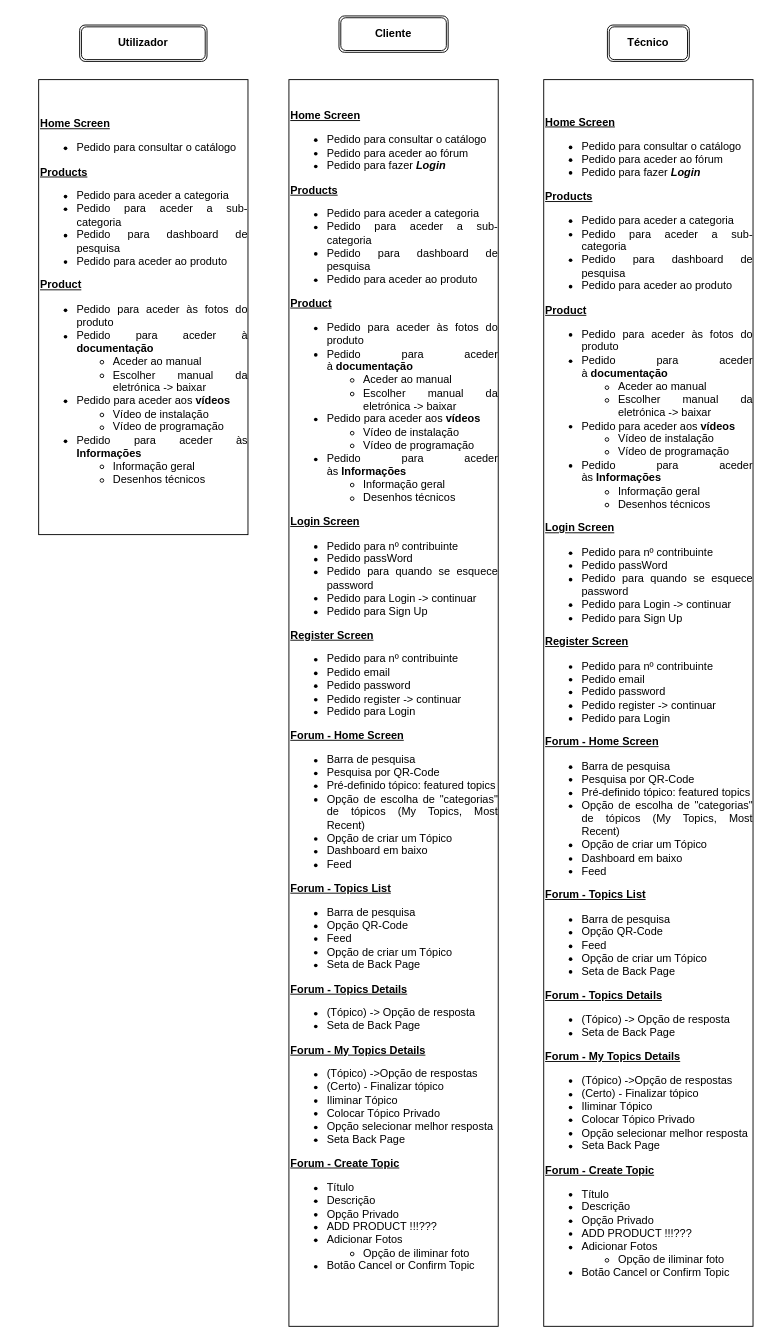
Above: diagrams/Arquitetura de componentes.drawio in Install-Go/install_and_go (draw.io), before the change. Source tidied: cells renumbered, new cells numbered last; positions are measured from the earlier drawing's top-left corner, leaving out a move shared by most shapes. Both pictures are drawn from the tidied source at 91%, with x=0, y=0 at pixel (38, 15).
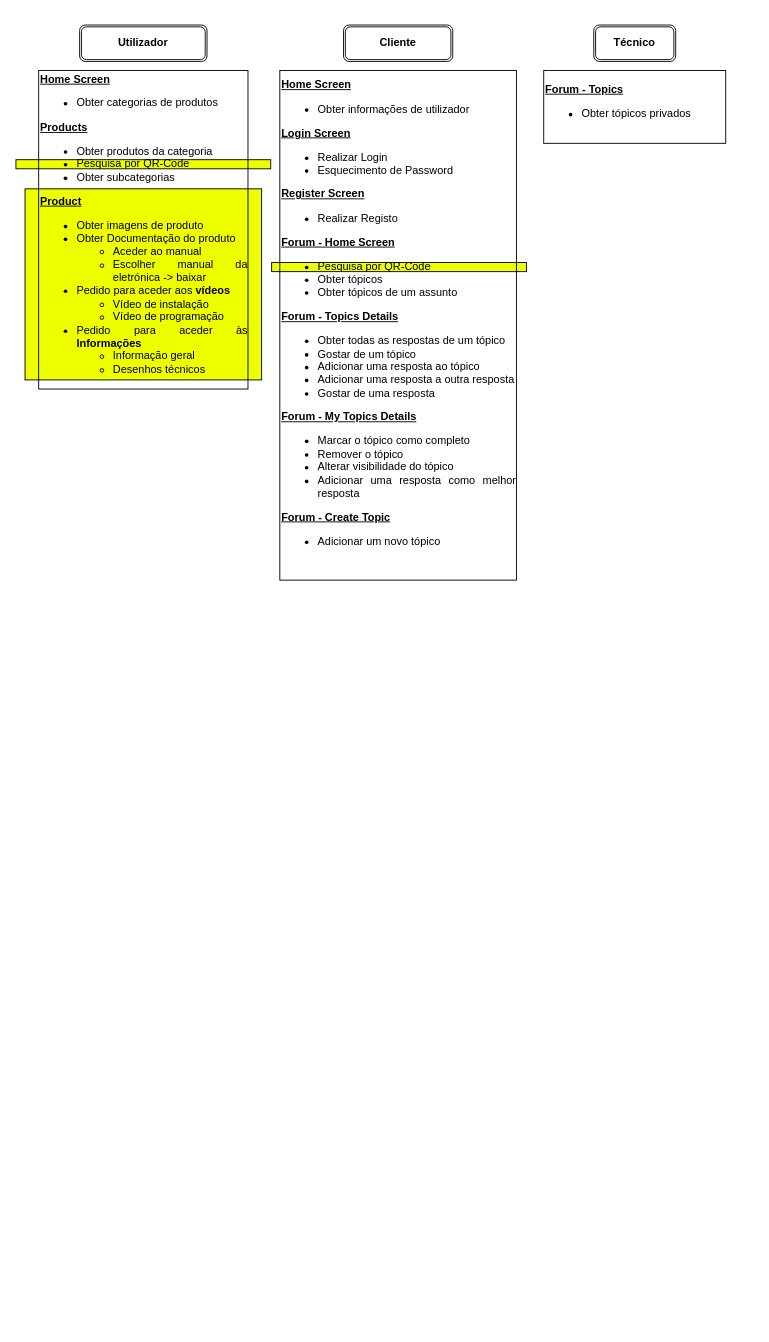
After the change.

What changed in the source:
```diff
@@
 <mxGraphModel>
   <root>
     <mxCell id="0" />
     <mxCell id="1" parent="0" />
+    <mxCell id="8" style="rounded=0;whiteSpace=wrap;html=1;fillColor=#eeff00;" parent="1" vertex="1">
+      <mxGeometry x="-25" y="158" width="280" height="10" as="geometry" />
+    </mxCell>
+    <mxCell id="9" style="rounded=0;whiteSpace=wrap;html=1;fillColor=#eeff00;" parent="1" vertex="1">
+      <mxGeometry x="256" y="271" width="280" height="10" as="geometry" />
+    </mxCell>
+    <mxCell id="10" style="rounded=0;whiteSpace=wrap;html=1;fillColor=#eeff00;" parent="1" vertex="1">
+      <mxGeometry x="-15" y="190" width="260" height="210" as="geometry" />
+    </mxCell>
     <mxCell id="2" value="&lt;b&gt;Utilizador&lt;/b&gt;" style="shape=ext;double=1;rounded=1;whiteSpace=wrap;html=1;" parent="1" vertex="1">
       <mxGeometry x="45" y="10" width="140" height="40" as="geometry" />
     </mxCell>
     <mxCell id="3" value="&lt;b&gt;Cliente&lt;/b&gt;" style="shape=ext;double=1;rounded=1;whiteSpace=wrap;html=1;" parent="1" vertex="1">
-      <mxGeometry x="330" width="120" height="40" as="geometry" />
+      <mxGeometry x="335" y="10" width="120" height="40" as="geometry" />
     </mxCell>
     <mxCell id="4" value="&lt;b&gt;Técnico&lt;/b&gt;" style="shape=ext;double=1;rounded=1;whiteSpace=wrap;html=1;" parent="1" vertex="1">
-      <mxGeometry x="625" y="10" width="90" height="40" as="geometry" />
+      <mxGeometry x="610" y="10" width="90" height="40" as="geometry" />
     </mxCell>
-    <mxCell id="5" value="&lt;div style=&quot;text-align: justify;&quot;&gt;&lt;div&gt;&lt;b&gt;&lt;u&gt;Home Screen&lt;/u&gt;&lt;/b&gt;&lt;/div&gt;&lt;ul&gt;&lt;li&gt;Pedido para consultar o catálogo&lt;/li&gt;&lt;/ul&gt;&lt;b&gt;&lt;u&gt;Products&lt;/u&gt;&lt;/b&gt;&lt;br&gt;&lt;ul&gt;&lt;li&gt;Pedido para aceder a categoria&lt;/li&gt;&lt;li&gt;Pedido para aceder a sub-categoria&lt;/li&gt;&lt;li&gt;Pedido para dashboard de pesquisa&lt;/li&gt;&lt;li&gt;Pedido para aceder ao produto&lt;/li&gt;&lt;/ul&gt;&lt;b&gt;&lt;u&gt;Product&lt;/u&gt;&lt;/b&gt;&lt;br&gt;&lt;ul&gt;&lt;li&gt;Pedido para aceder às fotos do produto&lt;/li&gt;&lt;li&gt;Pedido para aceder à &lt;b&gt;documentação&lt;/b&gt;&lt;/li&gt;&lt;ul&gt;&lt;li&gt;Aceder ao manual&lt;/li&gt;&lt;li&gt;Escolher manual da eletrónica -&amp;gt; baixar&lt;/li&gt;&lt;/ul&gt;&lt;li&gt;Pedido para aceder aos &lt;b&gt;vídeos&lt;/b&gt;&lt;/li&gt;&lt;ul&gt;&lt;li&gt;Vídeo de instalação&lt;/li&gt;&lt;li&gt;Vídeo de programação&lt;/li&gt;&lt;/ul&gt;&lt;li&gt;Pedido para aceder às &lt;b&gt;Informações&lt;/b&gt;&lt;/li&gt;&lt;ul&gt;&lt;li&gt;Informação geral&lt;/li&gt;&lt;li&gt;Desenhos técnicos&lt;/li&gt;&lt;/ul&gt;&lt;/ul&gt;&lt;/div&gt;" style="text;html=1;strokeColor=default;fillColor=none;align=left;verticalAlign=middle;whiteSpace=wrap;rounded=0;" parent="1" vertex="1">
-      <mxGeometry y="70" width="230" height="500" as="geometry" />
+    <mxCell id="5" value="&lt;div style=&quot;text-align: justify;&quot;&gt;&lt;div&gt;&lt;b&gt;&lt;u&gt;Home Screen&lt;/u&gt;&lt;/b&gt;&lt;/div&gt;&lt;ul&gt;&lt;li&gt;Obter categorias de produtos&lt;/li&gt;&lt;/ul&gt;&lt;b&gt;&lt;u&gt;Products&lt;/u&gt;&lt;/b&gt;&lt;br&gt;&lt;ul&gt;&lt;li&gt;Obter produtos da categoria&lt;/li&gt;&lt;li style=&quot;border-color: var(--border-color);&quot;&gt;Pesquisa por QR-Code&lt;/li&gt;&lt;li&gt;Obter subcategorias&lt;/li&gt;&lt;/ul&gt;&lt;b&gt;&lt;u&gt;Product&lt;/u&gt;&lt;/b&gt;&lt;br&gt;&lt;ul&gt;&lt;li&gt;Obter imagens de produto&lt;/li&gt;&lt;li&gt;Obter Documentação do produto&lt;/li&gt;&lt;ul&gt;&lt;li&gt;Aceder ao manual&lt;/li&gt;&lt;li&gt;Escolher manual da eletrónica -&amp;gt; baixar&lt;/li&gt;&lt;/ul&gt;&lt;li&gt;Pedido para aceder aos &lt;b&gt;vídeos&lt;/b&gt;&lt;/li&gt;&lt;ul&gt;&lt;li&gt;Vídeo de instalação&lt;/li&gt;&lt;li&gt;Vídeo de programação&lt;/li&gt;&lt;/ul&gt;&lt;li&gt;Pedido para aceder às &lt;b&gt;Informações&lt;/b&gt;&lt;/li&gt;&lt;ul&gt;&lt;li&gt;Informação geral&lt;/li&gt;&lt;li&gt;Desenhos técnicos&lt;/li&gt;&lt;/ul&gt;&lt;/ul&gt;&lt;/div&gt;" style="text;html=1;strokeColor=default;fillColor=none;align=left;verticalAlign=middle;whiteSpace=wrap;rounded=0;" parent="1" vertex="1">
+      <mxGeometry y="60" width="230" height="350" as="geometry" />
     </mxCell>
-    <mxCell id="6" value="&lt;div style=&quot;text-align: justify;&quot;&gt;&lt;div&gt;&lt;b style=&quot;border-color: var(--border-color);&quot;&gt;&lt;u style=&quot;border-color: var(--border-color);&quot;&gt;Home Screen&lt;/u&gt;&lt;/b&gt;&lt;br&gt;&lt;/div&gt;&lt;ul&gt;&lt;li&gt;&lt;span style=&quot;background-color: initial;&quot;&gt;Pedido para consultar o catálogo&lt;/span&gt;&lt;/li&gt;&lt;li&gt;&lt;span style=&quot;background-color: initial;&quot;&gt;Pedido para aceder ao fórum&lt;/span&gt;&lt;/li&gt;&lt;li&gt;Pedido para fazer &lt;i&gt;&lt;b&gt;Login&lt;/b&gt;&lt;/i&gt;&lt;/li&gt;&lt;/ul&gt;&lt;b&gt;&lt;u&gt;Products&lt;/u&gt;&lt;/b&gt;&lt;br&gt;&lt;ul&gt;&lt;li style=&quot;border-color: var(--border-color);&quot;&gt;Pedido para aceder a categoria&lt;/li&gt;&lt;li style=&quot;border-color: var(--border-color);&quot;&gt;Pedido para aceder a sub-categoria&lt;/li&gt;&lt;li style=&quot;border-color: var(--border-color);&quot;&gt;Pedido para dashboard de pesquisa&lt;/li&gt;&lt;li style=&quot;border-color: var(--border-color);&quot;&gt;Pedido para aceder ao produto&lt;/li&gt;&lt;/ul&gt;&lt;b&gt;&lt;u&gt;Product&lt;/u&gt;&lt;/b&gt;&lt;br&gt;&lt;ul&gt;&lt;li style=&quot;border-color: var(--border-color);&quot;&gt;Pedido para aceder às fotos do produto&lt;/li&gt;&lt;li style=&quot;border-color: var(--border-color);&quot;&gt;Pedido para aceder à&amp;nbsp;&lt;b style=&quot;border-color: var(--border-color);&quot;&gt;documentação&lt;/b&gt;&lt;/li&gt;&lt;ul style=&quot;border-color: var(--border-color);&quot;&gt;&lt;li style=&quot;border-color: var(--border-color);&quot;&gt;Aceder ao manual&lt;/li&gt;&lt;li style=&quot;border-color: var(--border-color);&quot;&gt;Escolher manual da eletrónica -&amp;gt; baixar&lt;/li&gt;&lt;/ul&gt;&lt;li style=&quot;border-color: var(--border-color);&quot;&gt;Pedido para aceder aos&amp;nbsp;&lt;b style=&quot;border-color: var(--border-color);&quot;&gt;vídeos&lt;/b&gt;&lt;/li&gt;&lt;ul style=&quot;border-color: var(--border-color);&quot;&gt;&lt;li style=&quot;border-color: var(--border-color);&quot;&gt;Vídeo de instalação&lt;/li&gt;&lt;li style=&quot;border-color: var(--border-color);&quot;&gt;Vídeo de programação&lt;/li&gt;&lt;/ul&gt;&lt;li style=&quot;border-color: var(--border-color);&quot;&gt;Pedido para aceder às&amp;nbsp;&lt;b style=&quot;border-color: var(--border-color);&quot;&gt;Informações&lt;/b&gt;&lt;/li&gt;&lt;ul style=&quot;border-color: var(--border-color);&quot;&gt;&lt;li style=&quot;border-color: var(--border-color);&quot;&gt;Informação geral&lt;/li&gt;&lt;li style=&quot;border-color: var(--border-color);&quot;&gt;Desenhos técnicos&lt;/li&gt;&lt;/ul&gt;&lt;/ul&gt;&lt;b&gt;&lt;u&gt;Login Screen&lt;/u&gt;&lt;/b&gt;&lt;/div&gt;&lt;div style=&quot;text-align: justify;&quot;&gt;&lt;ul&gt;&lt;li&gt;Pedido para nº contribuinte&lt;/li&gt;&lt;li&gt;Pedido passWord&lt;/li&gt;&lt;li&gt;Pedido para quando se esquece password&lt;/li&gt;&lt;li&gt;Pedido para Login -&amp;gt; continuar&lt;/li&gt;&lt;li&gt;Pedido para Sign Up&lt;/li&gt;&lt;/ul&gt;&lt;b&gt;&lt;u&gt;Register Screen&lt;/u&gt;&lt;/b&gt;&lt;/div&gt;&lt;div style=&quot;text-align: justify;&quot;&gt;&lt;ul&gt;&lt;li&gt;Pedido para nº contribuinte&lt;/li&gt;&lt;li&gt;Pedido email&lt;/li&gt;&lt;li&gt;Pedido password&lt;/li&gt;&lt;li&gt;Pedido register -&amp;gt; continuar&lt;/li&gt;&lt;li&gt;Pedido para Login&lt;/li&gt;&lt;/ul&gt;&lt;div&gt;&lt;u&gt;&lt;b&gt;Forum - Home Screen&lt;/b&gt;&lt;/u&gt;&lt;/div&gt;&lt;div&gt;&lt;ul&gt;&lt;li&gt;Barra de pesquisa&lt;/li&gt;&lt;li&gt;Pesquisa por QR-Code&lt;/li&gt;&lt;li&gt;Pré-definido tópico: featured topics&lt;/li&gt;&lt;li&gt;Opção de escolha de &quot;categorias&quot; de tópicos (My Topics, Most Recent)&lt;/li&gt;&lt;li&gt;Opção de criar um Tópico&lt;/li&gt;&lt;li&gt;Dashboard em baixo&lt;/li&gt;&lt;li&gt;Feed&lt;/li&gt;&lt;/ul&gt;&lt;div&gt;&lt;b&gt;&lt;u&gt;Forum - Topics List&lt;/u&gt;&lt;/b&gt;&lt;/div&gt;&lt;/div&gt;&lt;div&gt;&lt;ul&gt;&lt;li&gt;Barra de pesquisa&lt;/li&gt;&lt;li&gt;Opção QR-Code&lt;/li&gt;&lt;li&gt;Feed&lt;/li&gt;&lt;li&gt;Opção de criar um Tópico&lt;/li&gt;&lt;li&gt;Seta de Back Page&lt;/li&gt;&lt;/ul&gt;&lt;div&gt;&lt;u&gt;&lt;b&gt;Forum - Topics Details&lt;/b&gt;&lt;/u&gt;&lt;/div&gt;&lt;/div&gt;&lt;div&gt;&lt;ul&gt;&lt;li&gt;(Tópico) -&amp;gt; Opção de resposta&lt;/li&gt;&lt;li&gt;Seta de Back Page&lt;/li&gt;&lt;/ul&gt;&lt;div&gt;&lt;u&gt;&lt;b&gt;Forum - My Topics Details&lt;/b&gt;&lt;/u&gt;&lt;/div&gt;&lt;/div&gt;&lt;div&gt;&lt;ul&gt;&lt;li&gt;(Tópico) -&amp;gt;Opção de respostas&lt;/li&gt;&lt;li&gt;(Certo) - Finalizar tópico&lt;/li&gt;&lt;li&gt;Iliminar Tópico&lt;/li&gt;&lt;li&gt;Colocar Tópico Privado&lt;/li&gt;&lt;li&gt;Opção selecionar melhor resposta&lt;/li&gt;&lt;li&gt;Seta Back Page&lt;/li&gt;&lt;/ul&gt;&lt;div&gt;&lt;b&gt;&lt;u&gt;Forum - Create Topic&lt;/u&gt;&lt;/b&gt;&lt;/div&gt;&lt;div&gt;&lt;ul&gt;&lt;li&gt;Título&lt;/li&gt;&lt;li&gt;Descrição&lt;/li&gt;&lt;li&gt;Opção Privado&lt;/li&gt;&lt;li&gt;ADD PRODUCT !!!???&lt;/li&gt;&lt;li&gt;Adicionar Fotos&lt;/li&gt;&lt;ul&gt;&lt;li&gt;Opção de iliminar foto&lt;/li&gt;&lt;/ul&gt;&lt;li&gt;Botão Cancel or Confirm Topic&lt;/li&gt;&lt;/ul&gt;&lt;/div&gt;&lt;div&gt;&lt;br&gt;&lt;/div&gt;&lt;/div&gt;&lt;/div&gt;" style="text;html=1;strokeColor=default;fillColor=none;align=left;verticalAlign=middle;whiteSpace=wrap;rounded=0;" parent="1" vertex="1">
-      <mxGeometry x="275" y="70" width="230" height="1370" as="geometry" />
+    <mxCell id="6" value="&lt;div style=&quot;text-align: justify;&quot;&gt;&lt;div&gt;&lt;b style=&quot;border-color: var(--border-color);&quot;&gt;&lt;u style=&quot;border-color: var(--border-color);&quot;&gt;Home Screen&lt;/u&gt;&lt;/b&gt;&lt;br&gt;&lt;/div&gt;&lt;ul&gt;&lt;li style=&quot;border-color: var(--border-color);&quot;&gt;Obter informações de utilizador&lt;/li&gt;&lt;/ul&gt;&lt;b&gt;&lt;u&gt;Login Screen&lt;/u&gt;&lt;/b&gt;&lt;/div&gt;&lt;div style=&quot;text-align: justify;&quot;&gt;&lt;ul&gt;&lt;li&gt;Realizar Login&lt;/li&gt;&lt;li&gt;Esquecimento de Password&lt;/li&gt;&lt;/ul&gt;&lt;b&gt;&lt;u&gt;Register Screen&lt;/u&gt;&lt;/b&gt;&lt;/div&gt;&lt;div style=&quot;text-align: justify;&quot;&gt;&lt;ul&gt;&lt;li&gt;Realizar Registo&lt;/li&gt;&lt;/ul&gt;&lt;div&gt;&lt;u&gt;&lt;b&gt;Forum - Home Screen&lt;/b&gt;&lt;/u&gt;&lt;/div&gt;&lt;div&gt;&lt;ul&gt;&lt;li&gt;Pesquisa por QR-Code&lt;/li&gt;&lt;li&gt;Obter tópicos&lt;/li&gt;&lt;li&gt;Obter tópicos de um assunto&lt;/li&gt;&lt;/ul&gt;&lt;/div&gt;&lt;div&gt;&lt;div&gt;&lt;u&gt;&lt;b&gt;Forum - Topics Details&lt;/b&gt;&lt;/u&gt;&lt;/div&gt;&lt;/div&gt;&lt;div&gt;&lt;ul&gt;&lt;li&gt;Obter todas as respostas de um tópico&lt;/li&gt;&lt;li&gt;Gostar de um tópico&lt;/li&gt;&lt;li&gt;Adicionar uma resposta ao tópico&lt;/li&gt;&lt;li&gt;Adicionar uma resposta a outra resposta&lt;/li&gt;&lt;li&gt;Gostar de uma resposta&lt;/li&gt;&lt;/ul&gt;&lt;div&gt;&lt;u&gt;&lt;b&gt;Forum - My Topics Details&lt;/b&gt;&lt;/u&gt;&lt;/div&gt;&lt;/div&gt;&lt;div&gt;&lt;ul&gt;&lt;li style=&quot;border-color: var(--border-color);&quot;&gt;Marcar o tópico como completo&lt;/li&gt;&lt;li style=&quot;border-color: var(--border-color);&quot;&gt;Remover o tópico&lt;/li&gt;&lt;li style=&quot;border-color: var(--border-color);&quot;&gt;Alterar visibilidade do tópico&lt;/li&gt;&lt;li style=&quot;border-color: var(--border-color);&quot;&gt;Adicionar uma resposta como melhor resposta&lt;/li&gt;&lt;/ul&gt;&lt;div&gt;&lt;b&gt;&lt;u&gt;Forum - Create Topic&lt;/u&gt;&lt;/b&gt;&lt;/div&gt;&lt;div&gt;&lt;ul&gt;&lt;li&gt;Adicionar um novo tópico&lt;/li&gt;&lt;/ul&gt;&lt;/div&gt;&lt;div&gt;&lt;br&gt;&lt;/div&gt;&lt;/div&gt;&lt;/div&gt;" style="text;html=1;strokeColor=default;fillColor=none;align=left;verticalAlign=middle;whiteSpace=wrap;rounded=0;" parent="1" vertex="1">
+      <mxGeometry x="265" y="60" width="260" height="560" as="geometry" />
     </mxCell>
-    <mxCell id="7" value="&lt;div style=&quot;text-align: justify;&quot;&gt;&lt;div&gt;&lt;b style=&quot;border-color: var(--border-color);&quot;&gt;&lt;u style=&quot;border-color: var(--border-color);&quot;&gt;Home Screen&lt;/u&gt;&lt;/b&gt;&lt;br&gt;&lt;/div&gt;&lt;ul&gt;&lt;li&gt;Pedido para consultar o catálogo&lt;/li&gt;&lt;li&gt;Pedido para aceder ao fórum&lt;/li&gt;&lt;li&gt;Pedido para fazer &lt;i&gt;&lt;b&gt;Login&lt;/b&gt;&lt;/i&gt;&lt;/li&gt;&lt;/ul&gt;&lt;b&gt;&lt;u&gt;Products&lt;/u&gt;&lt;br&gt;&lt;/b&gt;&lt;ul&gt;&lt;li style=&quot;border-color: var(--border-color);&quot;&gt;Pedido para aceder a categoria&lt;/li&gt;&lt;li style=&quot;border-color: var(--border-color);&quot;&gt;Pedido para aceder a sub-categoria&lt;/li&gt;&lt;li style=&quot;border-color: var(--border-color);&quot;&gt;Pedido para dashboard de pesquisa&lt;/li&gt;&lt;li style=&quot;border-color: var(--border-color);&quot;&gt;Pedido para aceder ao produto&lt;/li&gt;&lt;/ul&gt;&lt;b&gt;&lt;u&gt;Product&lt;/u&gt;&lt;/b&gt;&lt;br&gt;&lt;ul&gt;&lt;li style=&quot;border-color: var(--border-color);&quot;&gt;Pedido para aceder às fotos do produto&lt;/li&gt;&lt;li style=&quot;border-color: var(--border-color);&quot;&gt;Pedido para aceder à&amp;nbsp;&lt;b style=&quot;border-color: var(--border-color);&quot;&gt;documentação&lt;/b&gt;&lt;/li&gt;&lt;ul style=&quot;border-color: var(--border-color);&quot;&gt;&lt;li style=&quot;border-color: var(--border-color);&quot;&gt;Aceder ao manual&lt;/li&gt;&lt;li style=&quot;border-color: var(--border-color);&quot;&gt;Escolher manual da eletrónica -&amp;gt; baixar&lt;/li&gt;&lt;/ul&gt;&lt;li style=&quot;border-color: var(--border-color);&quot;&gt;Pedido para aceder aos&amp;nbsp;&lt;b style=&quot;border-color: var(--border-color);&quot;&gt;vídeos&lt;/b&gt;&lt;/li&gt;&lt;ul style=&quot;border-color: var(--border-color);&quot;&gt;&lt;li style=&quot;border-color: var(--border-color);&quot;&gt;Vídeo de instalação&lt;/li&gt;&lt;li style=&quot;border-color: var(--border-color);&quot;&gt;Vídeo de programação&lt;/li&gt;&lt;/ul&gt;&lt;li style=&quot;border-color: var(--border-color);&quot;&gt;Pedido para aceder às&amp;nbsp;&lt;b style=&quot;border-color: var(--border-color);&quot;&gt;Informações&lt;/b&gt;&lt;/li&gt;&lt;ul style=&quot;border-color: var(--border-color);&quot;&gt;&lt;li style=&quot;border-color: var(--border-color);&quot;&gt;Informação geral&lt;/li&gt;&lt;li style=&quot;border-color: var(--border-color);&quot;&gt;Desenhos técnicos&lt;/li&gt;&lt;/ul&gt;&lt;/ul&gt;&lt;div&gt;&lt;div style=&quot;border-color: var(--border-color);&quot;&gt;&lt;b style=&quot;border-color: var(--border-color);&quot;&gt;&lt;u style=&quot;border-color: var(--border-color);&quot;&gt;Login Screen&lt;/u&gt;&lt;/b&gt;&lt;/div&gt;&lt;div style=&quot;border-color: var(--border-color);&quot;&gt;&lt;ul style=&quot;border-color: var(--border-color);&quot;&gt;&lt;li style=&quot;border-color: var(--border-color);&quot;&gt;Pedido para nº contribuinte&lt;/li&gt;&lt;li style=&quot;border-color: var(--border-color);&quot;&gt;Pedido passWord&lt;/li&gt;&lt;li style=&quot;border-color: var(--border-color);&quot;&gt;Pedido para quando se esquece password&lt;/li&gt;&lt;li style=&quot;border-color: var(--border-color);&quot;&gt;Pedido para Login -&amp;gt; continuar&lt;/li&gt;&lt;li style=&quot;border-color: var(--border-color);&quot;&gt;Pedido para Sign Up&lt;/li&gt;&lt;/ul&gt;&lt;b style=&quot;border-color: var(--border-color);&quot;&gt;&lt;u style=&quot;border-color: var(--border-color);&quot;&gt;Register Screen&lt;/u&gt;&lt;/b&gt;&lt;/div&gt;&lt;div style=&quot;border-color: var(--border-color);&quot;&gt;&lt;ul style=&quot;border-color: var(--border-color);&quot;&gt;&lt;li style=&quot;border-color: var(--border-color);&quot;&gt;Pedido para nº contribuinte&lt;/li&gt;&lt;li style=&quot;border-color: var(--border-color);&quot;&gt;Pedido email&lt;/li&gt;&lt;li style=&quot;border-color: var(--border-color);&quot;&gt;Pedido password&lt;/li&gt;&lt;li style=&quot;border-color: var(--border-color);&quot;&gt;Pedido register -&amp;gt; continuar&lt;/li&gt;&lt;li style=&quot;border-color: var(--border-color);&quot;&gt;Pedido para Login&lt;/li&gt;&lt;/ul&gt;&lt;div style=&quot;border-color: var(--border-color);&quot;&gt;&lt;u style=&quot;border-color: var(--border-color);&quot;&gt;&lt;b style=&quot;border-color: var(--border-color);&quot;&gt;Forum - Home Screen&lt;/b&gt;&lt;/u&gt;&lt;/div&gt;&lt;div style=&quot;border-color: var(--border-color);&quot;&gt;&lt;ul style=&quot;border-color: var(--border-color);&quot;&gt;&lt;li style=&quot;border-color: var(--border-color);&quot;&gt;Barra de pesquisa&lt;/li&gt;&lt;li style=&quot;border-color: var(--border-color);&quot;&gt;Pesquisa por QR-Code&lt;/li&gt;&lt;li style=&quot;border-color: var(--border-color);&quot;&gt;Pré-definido tópico: featured topics&lt;/li&gt;&lt;li style=&quot;border-color: var(--border-color);&quot;&gt;Opção de escolha de &quot;categorias&quot; de tópicos (My Topics, Most Recent)&lt;/li&gt;&lt;li style=&quot;border-color: var(--border-color);&quot;&gt;Opção de criar um Tópico&lt;/li&gt;&lt;li style=&quot;border-color: var(--border-color);&quot;&gt;Dashboard em baixo&lt;/li&gt;&lt;li style=&quot;border-color: var(--border-color);&quot;&gt;Feed&lt;/li&gt;&lt;/ul&gt;&lt;div style=&quot;border-color: var(--border-color);&quot;&gt;&lt;b style=&quot;border-color: var(--border-color);&quot;&gt;&lt;u style=&quot;border-color: var(--border-color);&quot;&gt;Forum - Topics List&lt;/u&gt;&lt;/b&gt;&lt;/div&gt;&lt;/div&gt;&lt;div style=&quot;border-color: var(--border-color);&quot;&gt;&lt;ul style=&quot;border-color: var(--border-color);&quot;&gt;&lt;li style=&quot;border-color: var(--border-color);&quot;&gt;Barra de pesquisa&lt;/li&gt;&lt;li style=&quot;border-color: var(--border-color);&quot;&gt;Opção QR-Code&lt;/li&gt;&lt;li style=&quot;border-color: var(--border-color);&quot;&gt;Feed&lt;/li&gt;&lt;li style=&quot;border-color: var(--border-color);&quot;&gt;Opção de criar um Tópico&lt;/li&gt;&lt;li style=&quot;border-color: var(--border-color);&quot;&gt;Seta de Back Page&lt;/li&gt;&lt;/ul&gt;&lt;div style=&quot;border-color: var(--border-color);&quot;&gt;&lt;u style=&quot;border-color: var(--border-color);&quot;&gt;&lt;b style=&quot;border-color: var(--border-color);&quot;&gt;Forum - Topics Details&lt;/b&gt;&lt;/u&gt;&lt;/div&gt;&lt;/div&gt;&lt;div style=&quot;border-color: var(--border-color);&quot;&gt;&lt;ul style=&quot;border-color: var(--border-color);&quot;&gt;&lt;li style=&quot;border-color: var(--border-color);&quot;&gt;(Tópico) -&amp;gt; Opção de resposta&lt;/li&gt;&lt;li style=&quot;border-color: var(--border-color);&quot;&gt;Seta de Back Page&lt;/li&gt;&lt;/ul&gt;&lt;div style=&quot;border-color: var(--border-color);&quot;&gt;&lt;u style=&quot;border-color: var(--border-color);&quot;&gt;&lt;b style=&quot;border-color: var(--border-color);&quot;&gt;Forum - My Topics Details&lt;/b&gt;&lt;/u&gt;&lt;/div&gt;&lt;/div&gt;&lt;div style=&quot;border-color: var(--border-color);&quot;&gt;&lt;ul style=&quot;border-color: var(--border-color);&quot;&gt;&lt;li style=&quot;border-color: var(--border-color);&quot;&gt;(Tópico) -&amp;gt;Opção de respostas&lt;/li&gt;&lt;li style=&quot;border-color: var(--border-color);&quot;&gt;(Certo) - Finalizar tópico&lt;/li&gt;&lt;li style=&quot;border-color: var(--border-color);&quot;&gt;Iliminar Tópico&lt;/li&gt;&lt;li style=&quot;border-color: var(--border-color);&quot;&gt;Colocar Tópico Privado&lt;/li&gt;&lt;li style=&quot;border-color: var(--border-color);&quot;&gt;Opção selecionar melhor resposta&lt;/li&gt;&lt;li style=&quot;border-color: var(--border-color);&quot;&gt;Seta Back Page&lt;/li&gt;&lt;/ul&gt;&lt;div style=&quot;border-color: var(--border-color);&quot;&gt;&lt;b style=&quot;border-color: var(--border-color);&quot;&gt;&lt;u style=&quot;border-color: var(--border-color);&quot;&gt;Forum - Create Topic&lt;/u&gt;&lt;/b&gt;&lt;/div&gt;&lt;div style=&quot;border-color: var(--border-color);&quot;&gt;&lt;ul style=&quot;border-color: var(--border-color);&quot;&gt;&lt;li style=&quot;border-color: var(--border-color);&quot;&gt;Título&lt;/li&gt;&lt;li style=&quot;border-color: var(--border-color);&quot;&gt;Descrição&lt;/li&gt;&lt;li style=&quot;border-color: var(--border-color);&quot;&gt;Opção Privado&lt;/li&gt;&lt;li style=&quot;border-color: var(--border-color);&quot;&gt;ADD PRODUCT !!!???&lt;/li&gt;&lt;li style=&quot;border-color: var(--border-color);&quot;&gt;Adicionar Fotos&lt;/li&gt;&lt;ul style=&quot;border-color: var(--border-color);&quot;&gt;&lt;li style=&quot;border-color: var(--border-color);&quot;&gt;Opção de iliminar foto&lt;/li&gt;&lt;/ul&gt;&lt;li style=&quot;border-color: var(--border-color);&quot;&gt;Botão Cancel or Confirm Topic&lt;/li&gt;&lt;/ul&gt;&lt;/div&gt;&lt;/div&gt;&lt;/div&gt;&lt;/div&gt;&lt;/div&gt;" style="text;html=1;strokeColor=default;fillColor=none;align=left;verticalAlign=middle;whiteSpace=wrap;rounded=0;" parent="1" vertex="1">
-      <mxGeometry x="555" y="70" width="230" height="1370" as="geometry" />
+    <mxCell id="7" value="&lt;div style=&quot;text-align: justify;&quot;&gt;&lt;b&gt;&lt;u&gt;Forum - Topics&lt;/u&gt;&lt;/b&gt;&lt;/div&gt;&lt;div style=&quot;text-align: justify;&quot;&gt;&lt;ul&gt;&lt;li&gt;Obter tópicos privados&lt;/li&gt;&lt;/ul&gt;&lt;/div&gt;" style="text;html=1;strokeColor=default;fillColor=none;align=left;verticalAlign=middle;whiteSpace=wrap;rounded=0;" parent="1" vertex="1">
+      <mxGeometry x="555" y="60" width="200" height="80" as="geometry" />
     </mxCell>
   </root>
 </mxGraphModel>
```
